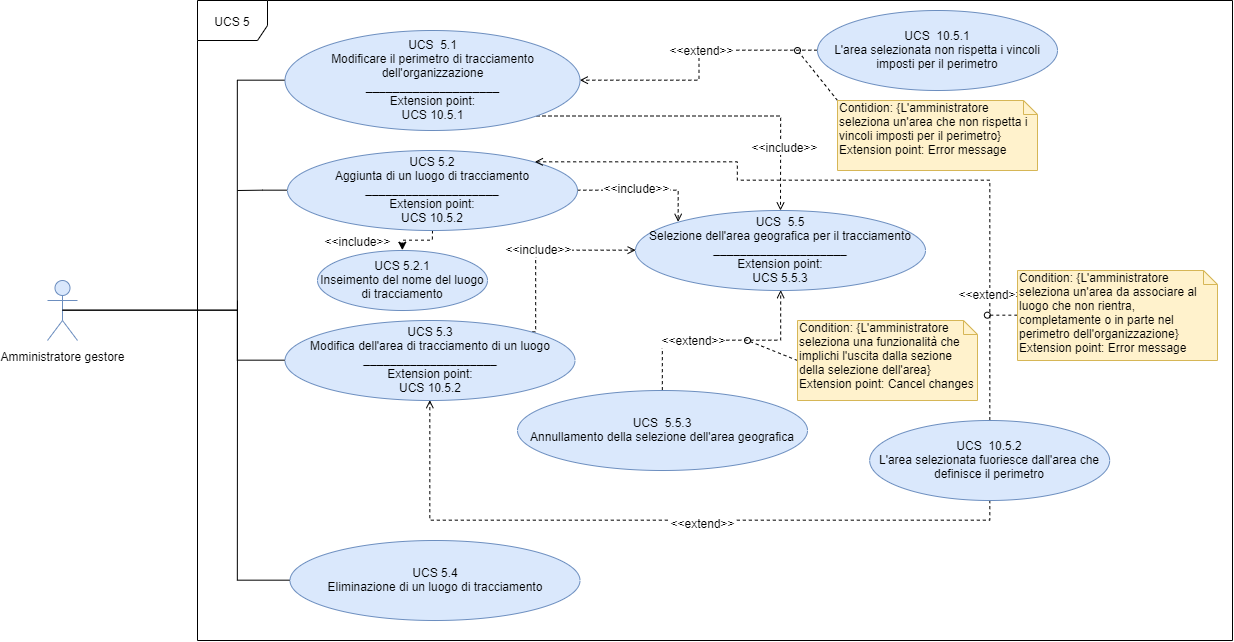
Above: DocumentazioneEsterna/AnalisiDeiRequisiti/Sezioni/UseCase/Immagini/UCS5.png in qb-team/Stalker-Documentazione (draw.io), before the change. Source tidied: cells renumbered, new cells last; positions are measured from the earlier drawing's top-left corner, leaving out a move shared by most shapes.
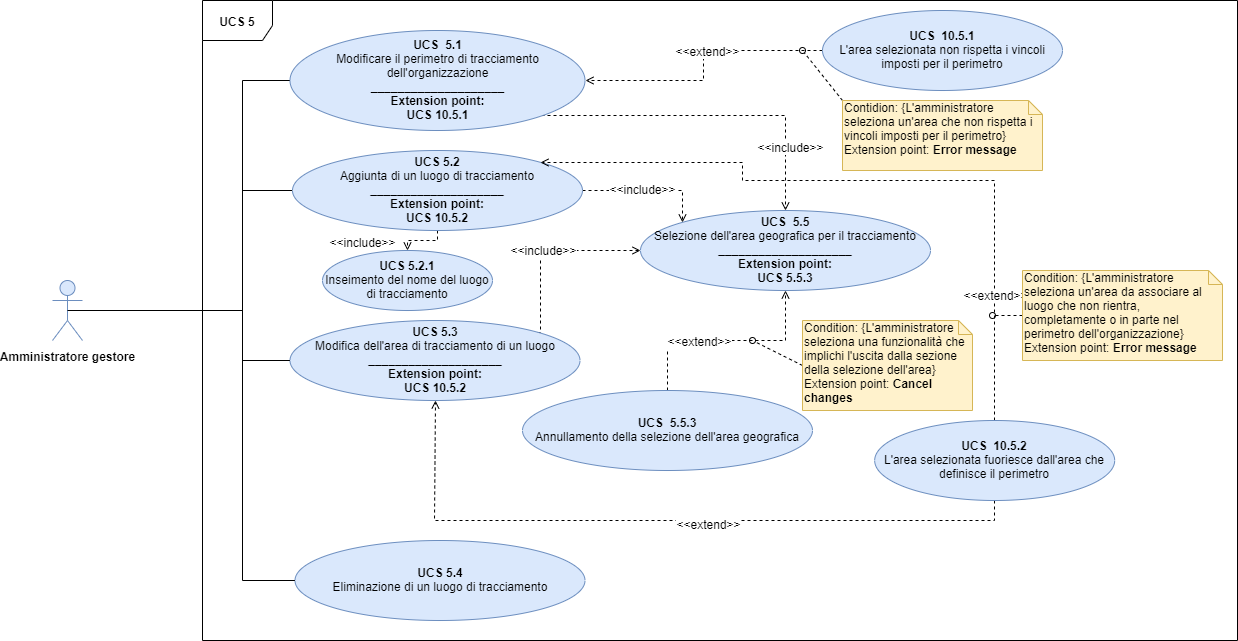
After the change.

Diff of the diagram source:
```diff
@@ -10,10 +10,10 @@
         </Array>
       </mxGeometry>
     </mxCell>
-    <mxCell id="3" value="Amministratore gestore" style="shape=umlActor;verticalLabelPosition=bottom;labelBackgroundColor=#ffffff;verticalAlign=top;html=1;outlineConnect=0;fillColor=#dae8fc;strokeColor=#6c8ebf;" parent="1" vertex="1">
+    <mxCell id="3" value="&lt;b&gt;Amministratore gestore&lt;/b&gt;" style="shape=umlActor;verticalLabelPosition=bottom;labelBackgroundColor=#ffffff;verticalAlign=top;html=1;outlineConnect=0;fillColor=#dae8fc;strokeColor=#6c8ebf;" parent="1" vertex="1">
       <mxGeometry y="280" width="30" height="60" as="geometry" />
     </mxCell>
-    <mxCell id="4" value="UCS 5" style="shape=umlFrame;whiteSpace=wrap;html=1;width=70;height=40;" parent="1" vertex="1">
+    <mxCell id="4" value="&lt;b&gt;UCS 5&lt;/b&gt;" style="shape=umlFrame;whiteSpace=wrap;html=1;width=70;height=40;" parent="1" vertex="1">
       <mxGeometry x="150" width="1035" height="640" as="geometry" />
     </mxCell>
     <mxCell id="5" style="edgeStyle=orthogonalEdgeStyle;rounded=0;jettySize=auto;html=1;exitX=1;exitY=1;exitDx=0;exitDy=0;endArrow=open;endFill=0;dashed=1;" parent="1" edge="1" source="7" target="29">
@@ -24,7 +24,7 @@
         <mxPoint x="84.2" y="-53" as="offset" />
       </mxGeometry>
     </mxCell>
-    <mxCell id="7" value="UCS&amp;nbsp; 5.1&lt;br&gt;Modificare il perimetro di tracciamento dell'organizzazione&lt;br&gt;____________________&lt;br&gt;Extension point:&lt;br&gt;UCS 10.5.1" style="ellipse;whiteSpace=wrap;html=1;fillColor=#dae8fc;strokeColor=#6c8ebf;" parent="1" vertex="1">
+    <mxCell id="7" value="&lt;b&gt;UCS&amp;nbsp; 5.1&lt;br&gt;&lt;/b&gt;Modificare il perimetro di tracciamento dell'organizzazione&lt;br&gt;&lt;b&gt;____________________&lt;/b&gt;&lt;br&gt;&lt;b&gt;Extension point:&lt;br&gt;UCS 10.5.1&lt;/b&gt;" style="ellipse;whiteSpace=wrap;html=1;fillColor=#dae8fc;strokeColor=#6c8ebf;" parent="1" vertex="1">
       <mxGeometry x="237.5" y="30" width="295" height="100" as="geometry" />
     </mxCell>
     <mxCell id="8" style="edgeStyle=orthogonalEdgeStyle;rounded=0;jettySize=auto;html=1;exitX=0;exitY=0.5;exitDx=0;exitDy=0;entryX=1;entryY=0.5;entryDx=0;entryDy=0;dashed=1;endArrow=open;endFill=0;" parent="1" edge="1" source="10" target="7">
@@ -33,7 +33,7 @@
     <mxCell id="9" value="&amp;lt;&amp;lt;extend&amp;gt;&amp;gt;" style="text;html=1;align=center;verticalAlign=middle;labelBackgroundColor=#ffffff;" parent="8" vertex="1">
       <mxGeometry x="-0.13" y="-1" relative="1" as="geometry" />
     </mxCell>
-    <mxCell id="10" value="UCS&amp;nbsp; 10.5.1&lt;br&gt;L'area selezionata non rispetta i vincoli imposti per il perimetro" style="ellipse;whiteSpace=wrap;html=1;fillColor=#dae8fc;strokeColor=#6c8ebf;" parent="1" vertex="1">
+    <mxCell id="10" value="&lt;b&gt;UCS&amp;nbsp; 10.5.1&lt;br&gt;&lt;/b&gt;L'area selezionata non rispetta i vincoli imposti per il perimetro" style="ellipse;whiteSpace=wrap;html=1;fillColor=#dae8fc;strokeColor=#6c8ebf;" parent="1" vertex="1">
       <mxGeometry x="770" y="10" width="240" height="80" as="geometry" />
     </mxCell>
     <mxCell id="11" style="rounded=0;jettySize=auto;html=1;exitX=0;exitY=0;exitDx=0;exitDy=0;exitPerimeter=0;dashed=1;endArrow=oval;endFill=0;" parent="1" edge="1" source="12">
@@ -41,7 +41,7 @@
         <mxPoint x="750" y="50" as="targetPoint" />
       </mxGeometry>
     </mxCell>
-    <mxCell id="12" value="Contidion: {L'amministratore seleziona un'area che non rispetta i vincoli imposti per il perimetro}&lt;br&gt;Extension point: Error message" style="shape=note;whiteSpace=wrap;html=1;size=14;verticalAlign=top;align=left;spacingTop=-6;fillColor=#fff2cc;strokeColor=#d6b656;" parent="1" vertex="1">
+    <mxCell id="12" value="Contidion: {L'amministratore seleziona un'area che non rispetta i vincoli imposti per il perimetro}&lt;br&gt;Extension point: &lt;b&gt;Error message&lt;/b&gt;" style="shape=note;whiteSpace=wrap;html=1;size=14;verticalAlign=top;align=left;spacingTop=-6;fillColor=#fff2cc;strokeColor=#d6b656;" parent="1" vertex="1">
       <mxGeometry x="790" y="100" width="200" height="70" as="geometry" />
     </mxCell>
     <mxCell id="13" style="edgeStyle=orthogonalEdgeStyle;rounded=0;jettySize=auto;html=1;exitX=1;exitY=0.5;exitDx=0;exitDy=0;entryX=0;entryY=0;entryDx=0;entryDy=0;dashed=1;endArrow=open;endFill=0;" parent="1" edge="1" source="17" target="29">
@@ -59,7 +59,7 @@
         <mxPoint x="190" y="190" as="targetPoint" />
       </mxGeometry>
     </mxCell>
-    <mxCell id="16" style="edgeStyle=orthogonalEdgeStyle;rounded=0;jettySize=auto;html=1;entryX=0.5;entryY=0;entryDx=0;entryDy=0;dashed=1;" parent="1" edge="1" source="17" target="37">
+    <mxCell id="16" style="edgeStyle=orthogonalEdgeStyle;rounded=0;jettySize=auto;html=1;entryX=0.5;entryY=0;entryDx=0;entryDy=0;dashed=1;endArrow=open;endFill=0;" parent="1" edge="1" source="17" target="37">
       <mxGeometry relative="1" as="geometry">
         <Array as="points">
           <mxPoint x="385" y="240" />
@@ -67,7 +67,7 @@
         </Array>
       </mxGeometry>
     </mxCell>
-    <mxCell id="17" value="UCS 5.2&lt;br&gt;Aggiunta di un luogo di tracciamento&lt;br&gt;____________________&lt;br&gt;Extension point:&lt;br&gt;UCS 10.5.2" style="ellipse;whiteSpace=wrap;html=1;fillColor=#dae8fc;strokeColor=#6c8ebf;" parent="1" vertex="1">
+    <mxCell id="17" value="&lt;b&gt;UCS 5.2&lt;br&gt;&lt;/b&gt;Aggiunta di un luogo di tracciamento&lt;br&gt;&lt;b&gt;____________________&lt;br&gt;Extension point:&lt;br&gt;UCS 10.5.2&lt;/b&gt;" style="ellipse;whiteSpace=wrap;html=1;fillColor=#dae8fc;strokeColor=#6c8ebf;" parent="1" vertex="1">
       <mxGeometry x="240" y="150" width="290" height="80" as="geometry" />
     </mxCell>
     <mxCell id="18" style="edgeStyle=orthogonalEdgeStyle;rounded=0;jettySize=auto;html=1;exitX=0.5;exitY=0;exitDx=0;exitDy=0;entryX=1;entryY=0;entryDx=0;entryDy=0;dashed=1;endArrow=open;endFill=0;" parent="1" edge="1" source="22" target="17">
@@ -93,7 +93,7 @@
     <mxCell id="21" value="&amp;lt;&amp;lt;extend&amp;gt;&amp;gt;" style="text;html=1;align=center;verticalAlign=middle;labelBackgroundColor=#ffffff;" parent="20" vertex="1">
       <mxGeometry x="-0.12" y="2" relative="1" as="geometry" />
     </mxCell>
-    <mxCell id="22" value="UCS&amp;nbsp; 10.5.2&lt;br&gt;L'area selezionata fuoriesce dall'area che definisce il perimetro" style="ellipse;whiteSpace=wrap;html=1;fillColor=#dae8fc;strokeColor=#6c8ebf;" parent="1" vertex="1">
+    <mxCell id="22" value="&lt;b&gt;UCS&amp;nbsp; 10.5.2&lt;br&gt;&lt;/b&gt;L'area selezionata fuoriesce dall'area che definisce il perimetro" style="ellipse;whiteSpace=wrap;html=1;fillColor=#dae8fc;strokeColor=#6c8ebf;" parent="1" vertex="1">
       <mxGeometry x="822.2" y="420" width="240" height="80" as="geometry" />
     </mxCell>
     <mxCell id="23" style="edgeStyle=orthogonalEdgeStyle;rounded=0;jettySize=auto;html=1;exitX=0;exitY=0.5;exitDx=0;exitDy=0;exitPerimeter=0;dashed=1;endArrow=oval;endFill=0;" parent="1" edge="1" source="24">
@@ -101,7 +101,7 @@
         <mxPoint x="940" y="315" as="targetPoint" />
       </mxGeometry>
     </mxCell>
-    <mxCell id="24" value="Condition: {L'amministratore seleziona un'area da associare al luogo che non rientra, completamente o in parte nel perimetro dell'organizzazione}&lt;br&gt;Extension point: Error message" style="shape=note;whiteSpace=wrap;html=1;size=14;verticalAlign=top;align=left;spacingTop=-6;fillColor=#fff2cc;strokeColor=#d6b656;" parent="1" vertex="1">
+    <mxCell id="24" value="Condition: {L'amministratore seleziona un'area da associare al luogo che non rientra, completamente o in parte nel perimetro dell'organizzazione}&lt;br&gt;Extension point: &lt;b&gt;Error message&lt;/b&gt;" style="shape=note;whiteSpace=wrap;html=1;size=14;verticalAlign=top;align=left;spacingTop=-6;fillColor=#fff2cc;strokeColor=#d6b656;" parent="1" vertex="1">
       <mxGeometry x="970" y="270" width="200" height="90" as="geometry" />
     </mxCell>
     <mxCell id="25" style="edgeStyle=orthogonalEdgeStyle;rounded=0;jettySize=auto;html=1;exitX=1;exitY=0;exitDx=0;exitDy=0;entryX=0;entryY=0.5;entryDx=0;entryDy=0;dashed=1;endArrow=open;endFill=0;" parent="1" edge="1" source="28" target="29">
@@ -122,10 +122,10 @@
         </Array>
       </mxGeometry>
     </mxCell>
-    <mxCell id="28" value="UCS 5.3&lt;br&gt;Modifica dell'area di tracciamento di un luogo&lt;br&gt;____________________&lt;br&gt;Extension point:&lt;br&gt;UCS 10.5.2" style="ellipse;whiteSpace=wrap;html=1;fillColor=#dae8fc;strokeColor=#6c8ebf;" parent="1" vertex="1">
+    <mxCell id="28" value="&lt;b&gt;UCS 5.3&lt;br&gt;&lt;/b&gt;Modifica dell'area di tracciamento di un luogo&lt;br&gt;&lt;b&gt;____________________&lt;br&gt;Extension point:&lt;br&gt;UCS 10.5.2&lt;/b&gt;" style="ellipse;whiteSpace=wrap;html=1;fillColor=#dae8fc;strokeColor=#6c8ebf;" parent="1" vertex="1">
       <mxGeometry x="237.5" y="320" width="290" height="80" as="geometry" />
     </mxCell>
-    <mxCell id="29" value="UCS&amp;nbsp; 5.5&lt;br&gt;Selezione dell'area geografica per il tracciamento&lt;br&gt;____________________&lt;br&gt;Extension point:&lt;br&gt;UCS 5.5.3" style="ellipse;whiteSpace=wrap;html=1;fillColor=#dae8fc;strokeColor=#6c8ebf;" parent="1" vertex="1">
+    <mxCell id="29" value="&lt;b&gt;UCS&amp;nbsp; 5.5&lt;br&gt;&lt;/b&gt;Selezione dell'area geografica per il tracciamento&lt;br&gt;&lt;b&gt;____________________&lt;br&gt;Extension point:&lt;br&gt;UCS 5.5.3&lt;/b&gt;" style="ellipse;whiteSpace=wrap;html=1;fillColor=#dae8fc;strokeColor=#6c8ebf;" parent="1" vertex="1">
       <mxGeometry x="588" y="210" width="290" height="80" as="geometry" />
     </mxCell>
     <mxCell id="30" style="edgeStyle=orthogonalEdgeStyle;rounded=0;jettySize=auto;html=1;exitX=0.5;exitY=0;exitDx=0;exitDy=0;entryX=0.5;entryY=1;entryDx=0;entryDy=0;dashed=1;endArrow=open;endFill=0;" parent="1" edge="1" source="32" target="29">
@@ -136,7 +136,7 @@
         <mxPoint x="31" y="-32" as="offset" />
       </mxGeometry>
     </mxCell>
-    <mxCell id="32" value="UCS&amp;nbsp; 5.5.3&lt;br&gt;Annullamento della selezione dell'area geografica" style="ellipse;whiteSpace=wrap;html=1;fillColor=#dae8fc;strokeColor=#6c8ebf;" parent="1" vertex="1">
+    <mxCell id="32" value="&lt;b&gt;UCS&amp;nbsp; 5.5.3&lt;br&gt;&lt;/b&gt;Annullamento della selezione dell'area geografica" style="ellipse;whiteSpace=wrap;html=1;fillColor=#dae8fc;strokeColor=#6c8ebf;" parent="1" vertex="1">
       <mxGeometry x="470" y="390" width="290" height="80" as="geometry" />
     </mxCell>
     <mxCell id="33" style="rounded=0;jettySize=auto;html=1;exitX=0;exitY=0.5;exitDx=0;exitDy=0;exitPerimeter=0;dashed=1;endArrow=oval;endFill=0;" parent="1" edge="1" source="34">
@@ -144,18 +144,18 @@
         <mxPoint x="700" y="340" as="targetPoint" />
       </mxGeometry>
     </mxCell>
-    <mxCell id="34" value="Condition: {L'amministratore seleziona una funzionalità che implichi l'uscita dalla sezione della selezione dell'area}&lt;br&gt;Extension point: Cancel changes" style="shape=note;whiteSpace=wrap;html=1;size=14;verticalAlign=top;align=left;spacingTop=-6;fillColor=#fff2cc;strokeColor=#d6b656;" parent="1" vertex="1">
-      <mxGeometry x="750" y="320" width="180" height="80" as="geometry" />
+    <mxCell id="34" value="Condition: {L'amministratore seleziona una funzionalità che implichi l'uscita dalla sezione della selezione dell'area}&lt;br&gt;Extension point: &lt;b&gt;Cancel changes&lt;/b&gt;" style="shape=note;whiteSpace=wrap;html=1;size=14;verticalAlign=top;align=left;spacingTop=-6;fillColor=#fff2cc;strokeColor=#d6b656;" parent="1" vertex="1">
+      <mxGeometry x="750" y="320" width="170" height="90" as="geometry" />
     </mxCell>
     <mxCell id="35" style="edgeStyle=orthogonalEdgeStyle;rounded=0;jettySize=auto;html=1;exitX=0;exitY=0.5;exitDx=0;exitDy=0;endArrow=none;endFill=0;" parent="1" edge="1" source="36">
       <mxGeometry relative="1" as="geometry">
         <mxPoint x="190" y="300" as="targetPoint" />
       </mxGeometry>
     </mxCell>
-    <mxCell id="36" value="UCS 5.4&lt;br&gt;Eliminazione di un luogo di tracciamento" style="ellipse;whiteSpace=wrap;html=1;fillColor=#dae8fc;strokeColor=#6c8ebf;" parent="1" vertex="1">
+    <mxCell id="36" value="&lt;b&gt;UCS 5.4&lt;br&gt;&lt;/b&gt;Eliminazione di un luogo di tracciamento" style="ellipse;whiteSpace=wrap;html=1;fillColor=#dae8fc;strokeColor=#6c8ebf;" parent="1" vertex="1">
       <mxGeometry x="242.5" y="540" width="290" height="80" as="geometry" />
     </mxCell>
-    <mxCell id="37" value="UCS 5.2.1&lt;br&gt;Inseimento del nome del luogo di tracciamento" style="ellipse;whiteSpace=wrap;html=1;fillColor=#dae8fc;strokeColor=#6c8ebf;" parent="1" vertex="1">
+    <mxCell id="37" value="&lt;b&gt;UCS 5.2.1&lt;br&gt;&lt;/b&gt;Inseimento del nome del luogo di tracciamento" style="ellipse;whiteSpace=wrap;html=1;fillColor=#dae8fc;strokeColor=#6c8ebf;" parent="1" vertex="1">
       <mxGeometry x="270" y="250" width="170" height="60" as="geometry" />
     </mxCell>
     <mxCell id="38" value="&amp;lt;&amp;lt;include&amp;gt;&amp;gt;" style="text;html=1;align=center;verticalAlign=middle;labelBackgroundColor=#ffffff;" parent="1" vertex="1">
```
